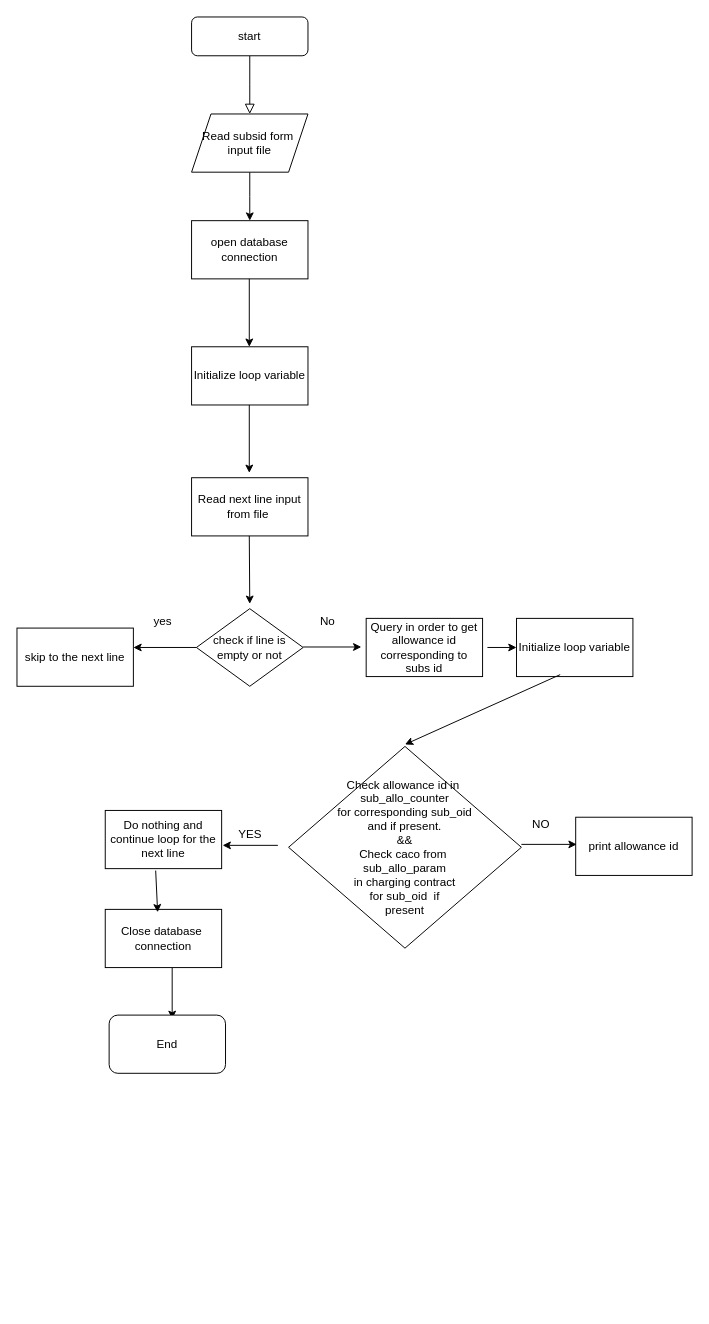
amit-jha99/cv keeps this draw.io diagram as Untitled Diagram.drawio. Above is the earlier version. Source tidied: cells renumbered, new cells numbered last; positions are measured from the earlier drawing's top-left corner, leaving out a move shared by most shapes. Both pictures are drawn from the tidied source at 97%, with x=0, y=0 at pixel (16, 16).
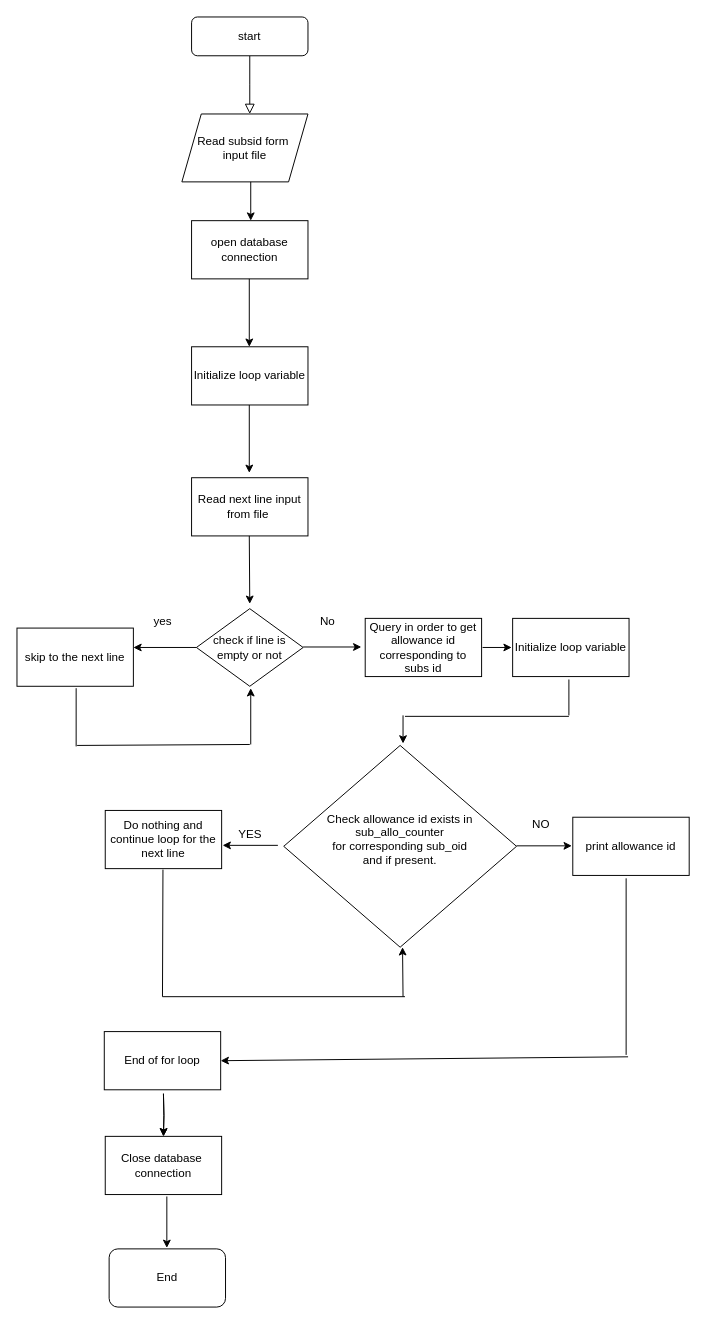
The same diagram, later.

The edit, as a diff of the source:
```diff
@@
-    <mxCell id="4" style="edgeStyle=orthogonalEdgeStyle;rounded=0;jettySize=auto;html=1;" parent="1" edge="1" source="5">
-      <mxGeometry relative="1" as="geometry">
-        <mxPoint x="240" y="210" as="targetPoint" />
-      </mxGeometry>
-    </mxCell>
     <mxCell id="5" value="Read subsid form&amp;nbsp;&lt;div&gt;input file&lt;/div&gt;" style="shape=parallelogram;perimeter=parallelogramPerimeter;whiteSpace=wrap;html=1;fixedSize=1;" parent="1" vertex="1">
-      <mxGeometry x="180" y="100" width="120" height="60" as="geometry" />
+      <mxGeometry x="170" y="100" width="130" height="70" as="geometry" />
     </mxCell>
@@
     <mxCell id="17" value="Query in order to get allowance id corresponding to subs id" style="rounded=0;whiteSpace=wrap;html=1;" parent="1" vertex="1">
-      <mxGeometry x="360" y="620" width="120" height="60" as="geometry" />
+      <mxGeometry x="359" y="620" width="120" height="60" as="geometry" />
     </mxCell>
@@
-    <mxCell id="19" value="Check allowance id in&amp;nbsp;&lt;div&gt;sub_allo_counter&lt;/div&gt;&lt;div&gt;for corresponding sub_oid&lt;/div&gt;&lt;div&gt;and if present.&lt;/div&gt;&lt;div&gt;&amp;amp;&amp;amp;&lt;/div&gt;&lt;div&gt;Check caco from&amp;nbsp;&lt;/div&gt;&lt;div&gt;sub_allo_param&lt;/div&gt;&lt;div&gt;in charging contract&lt;/div&gt;&lt;div&gt;for sub_oid&amp;nbsp; if&lt;/div&gt;&lt;div&gt;present&lt;/div&gt;" style="rhombus;whiteSpace=wrap;html=1;" parent="1" vertex="1">
-      <mxGeometry x="280" y="752" width="240" height="208" as="geometry" />
+    <mxCell id="19" value="Check allowance id exists in&lt;div&gt;sub_allo_counter&lt;/div&gt;&lt;div&gt;for corresponding sub_oid&lt;/div&gt;&lt;div&gt;and if present.&lt;/div&gt;&lt;div&gt;&lt;br&gt;&lt;/div&gt;" style="rhombus;whiteSpace=wrap;html=1;" parent="1" vertex="1">
+      <mxGeometry x="275" y="751" width="240" height="208" as="geometry" />
     </mxCell>
@@
+    <mxCell id="33" style="edgeStyle=orthogonalEdgeStyle;rounded=0;jettySize=auto;html=1;" parent="1" edge="1" target="26">
+      <mxGeometry relative="1" as="geometry">
+        <mxPoint x="151" y="1110" as="sourcePoint" />
+      </mxGeometry>
+    </mxCell>
@@
     <mxCell id="22" value="print allowance id" style="rounded=0;whiteSpace=wrap;html=1;" parent="1" vertex="1">
-      <mxGeometry x="576" y="825" width="120" height="60" as="geometry" />
+      <mxGeometry x="573" y="825" width="120" height="60" as="geometry" />
     </mxCell>
     <mxCell id="23" style="endArrow=classic;html=1;rounded=0;" parent="1" edge="1">
       <mxGeometry relative="1" as="geometry">
-        <mxPoint x="520" y="853" as="sourcePoint" />
-        <mxPoint x="577" y="853" as="targetPoint" />
+        <mxPoint x="515" y="854.5" as="sourcePoint" />
+        <mxPoint x="572" y="854.5" as="targetPoint" />
       </mxGeometry>
     </mxCell>
     <mxCell id="24" style="endArrow=classic;html=1;rounded=0;" parent="1" edge="1">
       <mxGeometry relative="1" as="geometry">
-        <mxPoint x="160" y="980" as="sourcePoint" />
-        <mxPoint x="160" y="1033" as="targetPoint" />
+        <mxPoint x="154.5" y="1216" as="sourcePoint" />
+        <mxPoint x="154.5" y="1269" as="targetPoint" />
       </mxGeometry>
     </mxCell>
     <mxCell id="25" value="End" style="rounded=1;whiteSpace=wrap;html=1;" parent="1" vertex="1">
-      <mxGeometry x="95" y="1029" width="120" height="60" as="geometry" />
+      <mxGeometry x="95" y="1270" width="120" height="60" as="geometry" />
     </mxCell>
     <mxCell id="26" value="Close database&amp;nbsp;&lt;div&gt;connection&lt;/div&gt;" style="rounded=0;whiteSpace=wrap;html=1;" parent="1" vertex="1">
-      <mxGeometry x="91" y="920" width="120" height="60" as="geometry" />
+      <mxGeometry x="91" y="1154" width="120" height="60" as="geometry" />
     </mxCell>
-    <mxCell id="27" style="endArrow=classic;html=1;rounded=0;" parent="1" edge="1">
-      <mxGeometry relative="1" as="geometry">
-        <mxPoint x="143" y="880" as="sourcePoint" />
-        <mxPoint x="145" y="923" as="targetPoint" />
-      </mxGeometry>
-    </mxCell>
@@
-    <mxCell id="30" style="endArrow=classic;html=1;rounded=0;" parent="1" edge="1" target="31">
+    <mxCell id="30" style="endArrow=classic;html=1;rounded=0;" parent="1" edge="1">
       <mxGeometry relative="1" as="geometry">
-        <mxPoint x="485" y="650" as="sourcePoint" />
+        <mxPoint x="480" y="650" as="sourcePoint" />
+        <mxPoint x="510" y="650" as="targetPoint" />
       </mxGeometry>
     </mxCell>
     <mxCell id="31" value="Initialize loop variable" style="rounded=0;whiteSpace=wrap;html=1;" parent="1" vertex="1">
-      <mxGeometry x="515" y="620" width="120" height="60" as="geometry" />
+      <mxGeometry x="511" y="620" width="120" height="60" as="geometry" />
     </mxCell>
-    <mxCell id="32" style="endArrow=classic;html=1;rounded=0;exitX=0.375;exitY=0;exitDx=0;exitDy=0;exitPerimeter=0;" parent="1" edge="1">
-      <mxGeometry relative="1" as="geometry">
-        <mxPoint x="560" y="678" as="sourcePoint" />
-        <mxPoint x="400" y="750" as="targetPoint" />
-      </mxGeometry>
-    </mxCell>
+    <mxCell id="34" style="endArrow=classic;html=1;rounded=0;" parent="1" edge="1">
+      <mxGeometry relative="1" as="geometry">
+        <mxPoint x="241" y="170" as="sourcePoint" />
+        <mxPoint x="241" y="210" as="targetPoint" />
+      </mxGeometry>
+    </mxCell>
+    <mxCell id="35" style="edgeStyle=orthogonalEdgeStyle;rounded=0;jettySize=auto;html=1;" parent="1" edge="1" target="26">
+      <mxGeometry relative="1" as="geometry">
+        <mxPoint x="151" y="1110" as="sourcePoint" />
+      </mxGeometry>
+    </mxCell>
+    <mxCell id="36" value="End of for loop" style="rounded=0;whiteSpace=wrap;html=1;" parent="1" vertex="1">
+      <mxGeometry x="90" y="1046" width="120" height="60" as="geometry" />
+    </mxCell>
+    <mxCell id="37" style="endArrow=none;html=1;rounded=0;" parent="1" edge="1">
+      <mxGeometry relative="1" as="geometry">
+        <mxPoint x="150" y="1010" as="sourcePoint" />
+        <mxPoint x="150.5" y="879" as="targetPoint" />
+      </mxGeometry>
+    </mxCell>
+    <mxCell id="38" style="endArrow=none;html=1;rounded=0;" parent="1" edge="1">
+      <mxGeometry relative="1" as="geometry">
+        <mxPoint x="150" y="1010" as="sourcePoint" />
+        <mxPoint x="400" y="1010" as="targetPoint" />
+      </mxGeometry>
+    </mxCell>
+    <mxCell id="39" style="endArrow=classic;html=1;rounded=0;" parent="1" edge="1">
+      <mxGeometry relative="1" as="geometry">
+        <mxPoint x="398" y="1010" as="sourcePoint" />
+        <mxPoint x="397.5" y="959" as="targetPoint" />
+      </mxGeometry>
+    </mxCell>
+    <mxCell id="40" style="endArrow=none;html=1;rounded=0;" parent="1" edge="1">
+      <mxGeometry relative="1" as="geometry">
+        <mxPoint x="628" y="1070" as="sourcePoint" />
+        <mxPoint x="628" y="888" as="targetPoint" />
+      </mxGeometry>
+    </mxCell>
+    <mxCell id="41" style="endArrow=classic;html=1;rounded=0;entryX=1;entryY=0.5;entryDx=0;entryDy=0;" parent="1" edge="1" target="36">
+      <mxGeometry relative="1" as="geometry">
+        <mxPoint x="630" y="1072" as="sourcePoint" />
+      </mxGeometry>
+    </mxCell>
+    <mxCell id="42" style="endArrow=none;html=1;rounded=0;" parent="1" edge="1">
+      <mxGeometry relative="1" as="geometry">
+        <mxPoint x="61" y="752" as="sourcePoint" />
+        <mxPoint x="61" y="692" as="targetPoint" />
+      </mxGeometry>
+    </mxCell>
+    <mxCell id="43" style="endArrow=none;html=1;rounded=0;" parent="1" edge="1">
+      <mxGeometry relative="1" as="geometry">
+        <mxPoint x="62" y="751" as="sourcePoint" />
+        <mxPoint x="240" y="750" as="targetPoint" />
+      </mxGeometry>
+    </mxCell>
+    <mxCell id="44" style="endArrow=classic;html=1;rounded=0;" parent="1" edge="1">
+      <mxGeometry relative="1" as="geometry">
+        <mxPoint x="241" y="750" as="sourcePoint" />
+        <mxPoint x="241" y="692" as="targetPoint" />
+      </mxGeometry>
+    </mxCell>
+    <mxCell id="45" style="endArrow=none;html=1;rounded=0;" parent="1" edge="1">
+      <mxGeometry relative="1" as="geometry">
+        <mxPoint x="569" y="720" as="sourcePoint" />
+        <mxPoint x="569" y="683" as="targetPoint" />
+      </mxGeometry>
+    </mxCell>
+    <mxCell id="46" style="endArrow=none;html=1;rounded=0;" parent="1" edge="1">
+      <mxGeometry relative="1" as="geometry">
+        <mxPoint x="400" y="721" as="sourcePoint" />
+        <mxPoint x="569" y="721" as="targetPoint" />
+      </mxGeometry>
+    </mxCell>
+    <mxCell id="47" style="endArrow=classic;html=1;rounded=0;" parent="1" edge="1">
+      <mxGeometry relative="1" as="geometry">
+        <mxPoint x="398" y="720" as="sourcePoint" />
+        <mxPoint x="398" y="749" as="targetPoint" />
+      </mxGeometry>
+    </mxCell>
```
